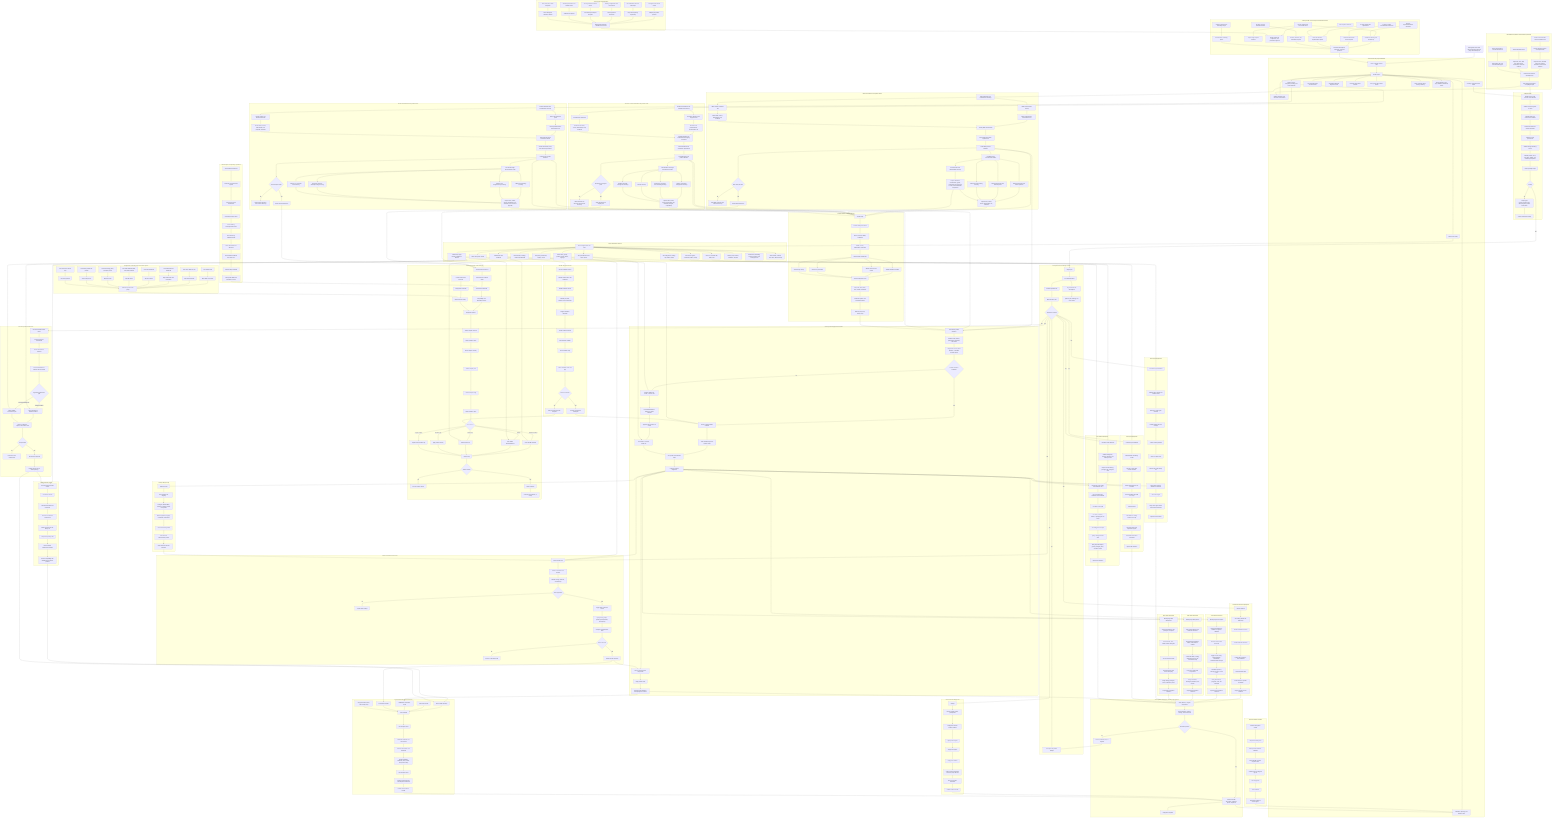
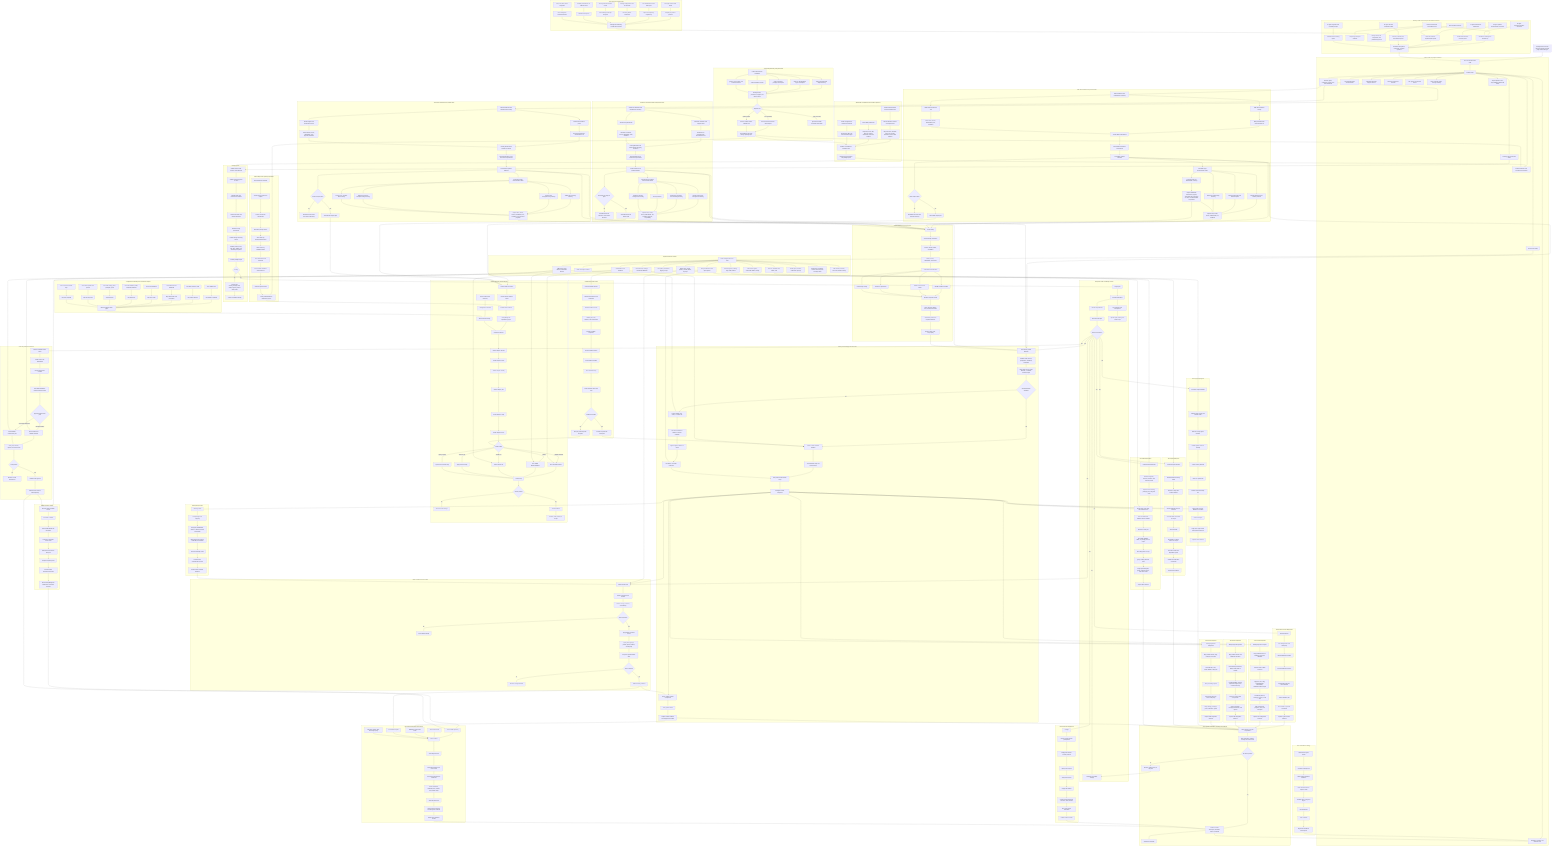
flowchart TD
    START["Management scale view<br/>z/OS provisioning and third-party software lifecycle"] --> CN["Linux or macOS control node"]

    subgraph WORKFORCE["Delivery model: one owner plus AI-assisted execution"]
        OWNER["Human architect and accountable owner"] --> BACKLOG["Architecture backlog and decision log"]
        OWNER --> PRIORITY["Scope triage and pilot selection"]
        OWNER --> REVIEW["Design review, risk acceptance, and production approval"]
        AG1["AI agent: repo/documentation maintainer"] --> BACKLOG
        AG2["AI agent: product documentation researcher"] --> DOCQUEUE["Vendor documentation research queue"]
        AG3["AI agent: Ansible role implementer"] --> ROLEQUEUE["Role and collection implementation queue"]
        AG4["AI agent: test and verification builder"] --> TESTQUEUE["Scenario, molecule, lint, and evidence queue"]
        AG5["AI agent: migration and unwinding analyst"] --> UNWINDQUEUE["Installed-state unwinding queue"]
        COPILOT["IDE completion assistant"] --> ROLEQUEUE
        BACKLOG --> DECISIONS["Recorded assumptions, constraints, and open questions"]
        DOCQUEUE --> DECISIONS
        ROLEQUEUE --> DECISIONS
        TESTQUEUE --> DECISIONS
        UNWINDQUEUE --> DECISIONS
    end

    subgraph CONTROL["Control node and project foundation"]
        CN --> AP["Ansible project"]
        AP --> INV["Inventory and environment model"]
        AP --> ROLES["Shared role catalog"]
        AP --> DATA["Product, region, subsystem, security, and clone definitions"]
        AP --> REPORT["Validation, reporting, and evidence roles"]
        AP --> DOCS["Synchronized design documentation"]
        AP --> DIAGS["Standalone Mermaid diagram sources"]
        AP --> GIT["Git history with atomic commits"]
        AP --> CI["Lint, syntax, and scenario checks"]
        AP --> SECRETS["Vault, credential, token, and key handling"]
        AP --> COLLECTIONS["Ansible collections and execution environments"]
        AP --> TEMPLATES["Jinja templates for JCL, SQL, PARMLIB, PROCLIB, RACF"]
    end

    subgraph IBMDOCS["IBM Ansible and platform documentation gathering"]
        ID1["Gather Red Hat Ansible Content for IBM Z docs"] --> ID2["Record collection versions and requirements"]
        ID2 --> ID3["Map z/OS Core, z/OSMF, CICS, IMS, System Automation, and Z HMC modules"]
        ID4["Gather IBM product docs"] --> ID5["Map z/OS, CICS, IMS, Db2, MQ, System Automation, and z/VM surfaces"]
        ID6["Probe unsupported or unconfirmed surfaces"] --> ID7["Classify Db2, MQ, and z/VM automation gaps"]
        ID3 --> ID8["Platform and collection capability maps"]
        ID5 --> ID8
        ID7 --> ID8
        ID8 --> ID9["Role design prerequisites and preflight inputs"]
    end

+     subgraph OSSDOCS["OSS tooling discovery and governance"]
+         OSS1["Collect relevant OSS candidates"] --> OSS2["Feilong and IBM z/VM adjacent tooling"]
+         OSS1 --> OSS3["Zowe CLI, API Mediation Layer, and Explorer"]
+         OSS1 --> OSS4["zopen community packages and Git port"]
+         OSS1 --> OSS5["Galasa validation harness"]
+         OSS1 --> OSS6["py3270, x3270, s3270, and emulator watchlist"]
+         OSS2 --> OSS7["Classify license, provenance, support, and internal owner"]
+         OSS3 --> OSS7
+         OSS4 --> OSS7
+         OSS5 --> OSS7
+         OSS6 --> OSS7
+         OSS7 --> OSS8{"Adoption lane"}
+         OSS8 -- "Core candidate" --> OSS9["Pin version and mirror into internal depot"]
+         OSS8 -- "Optional helper" --> OSS10["Track as control-node or validation aid"]
+         OSS8 -- "Risky or unclear" --> OSS11["Quarantine outside executable automation"]
+         OSS9 --> OSS12["Feed platform and clone-factory capability maps"]
+         OSS10 --> OSS12
+     end
+ 
    subgraph ARCH["Target architecture surfaces"]
        ROLES --> ZOS["z/OS managed node over SSH"]
        ZOS --> ZOSMF["z/OSMF APIs and workflows"]
        ZOS --> ZOAU["ZOAU and Python runtime"]
        ZOS --> JES["JES job submission and spool capture"]
        ZOS --> MVS["MVS datasets, catalogs, PROCLIB, PARMLIB"]
        ZOS --> USS["USS paths, permissions, tagging, scripts"]
        ZOS --> SMPE["SMP/E CSI, target libraries, distribution libraries"]
        ZOS --> RACF["RACF users, groups, profiles, permits, OMVS, keyrings"]
        ZOS --> CICSAPI["CICS TS, CICSPlex SM, CMCI, CSD"]
        ZOS --> IMSAPI["IMS control regions, commands, DBRC, catalog"]
        ZOS --> DB2API["Db2 subsystems, catalog, SQL, BIND, utilities"]
        ZOS --> TCPIP["TCP/IP, ports, resolver, certificates, keyrings"]
        ZOS --> AUTO["Automation, scheduling, console command, and message hooks"]
        ZOS --> STORAGE["SMS classes, volumes, ACS rules, dataset naming"]
    end

    subgraph PREFLIGHT["Preflight checks"]
        INV --> PF1["Validate control node versions and collections"]
        PF1 --> PF2["Validate SSH and Python on z/OS"]
        PF2 --> PF3["Validate ZOAU and environment variables"]
        PF3 --> PF4["Gather z/OS facts and dataset standards"]
        PF4 --> PF5["Validate security permissions"]
        PF5 --> PF6["Validate storage and HLQ access"]
        PF6 --> PF7["Validate product, CICS, IMS, Db2, SMP/E, and z/OSMF prerequisites"]
        PF7 --> PF8["Produce preflight report"]
        PF8 --> PFGATE{"Ready?"}
        PFGATE -- "No" --> PFGAP["Report gaps<br/>security, storage, SSH, ZOAU, Python, product media, APIs"]
        PFGAP --> PFFOLLOW["Create remediation backlog"]
    end

    ID9 --> PF1
    ID9 --> COLLECTIONS
+     OSS12 --> ID8
+     OSS12 --> COLLECTIONS
+     OSS12 --> DP10

    subgraph INTAKE["Enterprise intake and design controls"]
        PFGATE -- "Yes" --> IN1["Stage inputs"]
        IN1 --> IN2["Normalize definitions"]
        IN2 --> IN3["Resolve dependencies"]
        IN3 --> IN4["Build execution plan"]
        IN4 --> IN5{"Approval to execute?"}
        IN5 -- "No" --> IN6["Hold plan and publish findings"]
        IN2 --> IN7["Tag unknowns and assumptions"]
        IN7 --> IN8["Split into pilot, backlog, and out-of-scope"]
    end

    subgraph ZOSMFCTRL["z/OSMF-first control model"]
        ZM1["Discover z/OSMF services"] --> ZM2["Validate authentication and certificates"]
        ZM2 --> ZM3["Validate workflow service"]
        ZM3 --> ZM4["Validate jobs, files, datasets, and console APIs"]
        ZM4 --> ZM5["Register workflow templates"]
        ZM5 --> ZM6["Create workflow instance"]
        ZM6 --> ZM7["Bind workflow variables"]
        ZM7 --> ZM8["Drive workflow steps"]
        ZM8 --> ZM9["Collect workflow status and logs"]
        ZM9 --> ZM10{"Workflow reusable?"}
        ZM10 -- "Yes" --> ZM11["Promote as preferred install path"]
        ZM10 -- "No" --> ZM12["Wrap as product-specific exception"]
    end

    subgraph PRODUCTMODEL["Product definition schema pressure"]
        PD1["Vendor family"] --> PD2["Product identity and aliases"]
        PD2 --> PD3["Version, release, FMIDs, SYSMODs"]
        PD3 --> PD4["Media, service, HOLDDATA, checksums"]
        PD4 --> PD5["Install method classification"]
        PD5 --> PD6["z/OSMF workflow variables"]
        PD5 --> PD7["SMP/E zones and CSI model"]
        PD5 --> PD8["Vendor JCL parameters"]
        PD5 --> PD9["Runtime-only overlay"]
        PD6 --> PD10["Runtime integration hooks"]
        PD7 --> PD10
        PD8 --> PD10
        PD9 --> PD10
        PD10 --> PD11["CICS, IMS, Db2, RACF, USS, TCP/IP, automation"]
        PD11 --> PD12["Verification probes and expected evidence"]
        PD12 --> PD13["Backout, hold, soak, accept policy"]
    end

    subgraph BMC["BMC documentation and product intake"]
        BMC1["BMC entitlement and installed-state inventory"] --> BMC2["BMC documentation catalog"]
        BMC1 --> BMC3["BMC Product Download Tool"]
        BMC2 --> BMC4["BMC product/version documentation set"]
        BMC3 --> BMC5["BMC media, service, HOLDDATA, tools, workflows"]
        BMC4 --> BMC6["Classify BMC install method"]
        BMC5 --> BMC6
        BMC6 --> BMC7["Extract BMC automation requirements"]
        BMC7 --> BMC8["Create BMC product definition"]
        BMC8 --> BMC9{"BMC ready for pilot?"}
        BMC9 -- "No" --> BMC10["Mark BMC unknowns and continue discovery"]
        BMC9 -- "Yes" --> BMC11["Select BMC adapter pilot"]
        BMC8 --> BMC12["First BMC target documentation intake"]
        BMC12 --> BMC13["AMI Ops Monitoring and monitor products"]
        BMC12 --> BMC14["AMI Ops Automation and licensed options"]
        BMC12 --> BMC15["AMI DevX product-family inventory"]
        BMC12 --> BMC17["Control-M suite and INCONTROL inventory"]
        BMC13 --> BMC16["Capture docs, media, service, HOLDDATA, JCL, workflows"]
        BMC14 --> BMC16
        BMC15 --> BMC16
        BMC17 --> BMC18["Capture distributed orchestration, agents, Automation API, Control-M for z/OS, and INCONTROL components"]
        BMC18 --> BMC16
    end

    subgraph BROADCOM["Broadcom CA documentation and product intake"]
        CA1["Broadcom entitlement and installed-state inventory"] --> CA2["Broadcom TechDocs and Support Portal"]
        CA1 --> CA3["Broadcom My Downloads"]
        CA2 --> CA4["Broadcom CA product/version documentation set"]
        CA3 --> CA5["Broadcom CA media, service, HOLDDATA, tools, workflows"]
        CA4 --> CA6["Classify Broadcom CA install method and legacy CA aliases"]
        CA5 --> CA6
        CA6 --> CA7["Extract Broadcom CA automation requirements"]
        CA7 --> CA8["Create Broadcom CA product definition"]
        CA8 --> CA9{"Broadcom CA ready for pilot?"}
        CA9 -- "No" --> CA10["Mark Broadcom CA unknowns and continue discovery"]
        CA9 -- "Yes" --> CA11["Select Broadcom CA adapter pilot"]
        CA8 --> CA12["First Broadcom CA target documentation intake"]
        CA12 --> CA13["DevOps and change-management inventory"]
        CA12 --> CA14["Automation, operations, and scheduling inventory"]
        CA12 --> CA15["Security inventory"]
        CA12 --> CA16["Database and data-management inventory"]
        CA13 --> CA17["Capture docs, media, service, HOLDDATA, JCL, workflows, lifecycle, compatibility"]
        CA14 --> CA17
        CA15 --> CA17
        CA16 --> CA17
    end

    subgraph ROCKET["Rocket documentation and product intake"]
        RK1["Rocket entitlement and installed-state inventory"] --> RK2["Rocket documentation portal"]
        RK1 --> RK3["Rocket support and download channels"]
        RK2 --> RK4["Rocket product/version documentation set"]
        RK3 --> RK5["Rocket media, service, HOLDDATA, USS payloads, workflows"]
        RK4 --> RK6["Classify Rocket install method and aliases"]
        RK5 --> RK6
        RK6 --> RK7["Extract Rocket MVS, USS, and runtime requirements"]
        RK7 --> RK8["Create Rocket product definition"]
        RK8 --> RK9{"Rocket ready for pilot?"}
        RK9 -- "No" --> RK10["Mark Rocket unknowns and continue discovery"]
        RK9 -- "Yes" --> RK11["Select Rocket adapter pilot"]
        RK8 --> RK12["First Rocket target documentation intake"]
        RK12 --> RK13["TMON and monitoring inventory"]
        RK12 --> RK14["Mainstar and storage/recovery inventory"]
        RK12 --> RK15["Enterprise Suite and developer tooling inventory"]
        RK12 --> RK16["Change, JCL, and data tools inventory"]
        RK13 --> RK17["Capture docs, media, service, HOLDDATA, JCL, workflows, USS and Java payloads"]
        RK14 --> RK17
        RK15 --> RK17
        RK16 --> RK17
    end

    subgraph VENDORLIFE["Generic third-party vendor lifecycle"]
        VD1["Vendor media and service"] --> VD2["Internal vendor software depot"]
        VD2 --> VD3["Product bill of materials"]
        VD3 --> VD4["Compatibility and dependency graph"]
        VD5["Current z/OS estate discovery"] --> VD6["Configuration unwinder"]
        VD6 --> VD7["Observed state catalog"]
        VD4 --> VD8["Deployment planner"]
        VD7 --> VD8
        VD8 --> VA1["Vendor adapter: discover"]
        VA1 --> VA2["Vendor adapter: intake"]
        VA2 --> VA3["Vendor adapter: classify"]
        VA3 --> VA4["Vendor adapter: plan"]
        VA4 --> VA5["Vendor adapter: stage"]
        VA5 --> VA6["Vendor adapter: check"]
        VA6 --> VA7{"Install method"}
        VA7 -- "z/OSMF workflow" --> VA8["Drive z/OSMF workflow"]
        VA7 -- "SMP/E" --> VA9["Run SMP/E RECEIVE/APPLY"]
        VA7 -- "Vendor JCL" --> VA10["Submit vendor JCL"]
        VA7 -- "Runtime only" --> VA11["Apply runtime overlay"]
        VA7 -- "Legacy capture" --> VA12["Capture and normalize only"]
        VA8 --> VA13["Vendor verify"]
        VA9 --> VA13
        VA10 --> VA13
        VA11 --> VA13
        VA12 --> VA13
        VA13 --> VA14{"Vendor passed?"}
        VA14 -- "No" --> VA15["Recover vendor change"]
        VA14 -- "Yes" --> VA16["Vendor evidence"]
        VA16 --> VA17["Promote, hold, rollback, or accept"]
    end

    subgraph DEPOT["Internal depot and repository operations"]
        DP1["Raw entitlement download"] --> DP2["Checksum and provenance capture"]
        DP2 --> DP3["License and access classification"]
        DP3 --> DP4["Normalize package names"]
        DP4 --> DP5["Store media by vendor/product/version"]
        DP5 --> DP6["Store service by APAR/PTF/build"]
        DP6 --> DP7["Store HOLDDATA and advisories"]
        DP7 --> DP8["Store z/OSMF workflows and vendor JCL"]
        DP8 --> DP9["Generate depot manifest"]
        DP9 --> DP10["Feed product BOM and dependency graph"]
    end

    subgraph UNWIND["Configuration unwinding and current-state capture"]
        UW1["Scan SMP/E CSIs"] --> UW2["Map FMIDs to products"]
        UW3["Scan APF, LINKLIST, LPA"] --> UW4["Map runtime libraries"]
        UW5["Scan PROCLIB and PARMLIB"] --> UW6["Map started tasks and parameters"]
        UW7["Scan CICS definitions"] --> UW8["Map CICS hooks"]
        UW9["Scan IMS PROCLIB, DBD, PSB, ACB, RECON"] --> UW10["Map IMS hooks"]
        UW11["Scan Db2 catalog, plans, packages, grants"] --> UW12["Map Db2 hooks"]
        UW13["Scan RACF profiles and permits"] --> UW14["Map security hooks"]
        UW15["Scan USS trees and file tags"] --> UW16["Map USS payloads"]
        UW2 --> UW17["Observed product state graph"]
        UW4 --> UW17
        UW6 --> UW17
        UW8 --> UW17
        UW10 --> UW17
        UW12 --> UW17
        UW14 --> UW17
        UW16 --> UW17
    end

    subgraph VENDORDEPLOY["Vendor product deployment execution"]
        VP1["Load vendor product definition"] --> VP2["Validate media, license, prerequisites, workflows, and FMIDs"]
        VP2 --> VP3["Stage media to USS, MVS datasets, or z/OSMF workflow inputs"]
        VP3 --> VP4{"z/OSMF workflow available?"}
        VP4 -- "Yes" --> VP5["Create or drive z/OSMF workflow"]
        VP4 -- "No" --> VP6["Prepare SMP/E CSI, zones, or vendor JCL"]
        VP5 --> VP7["Track workflow steps and capture output"]
        VP6 --> VP8["Run RECEIVE/APPLY CHECK or vendor validation"]
        VP8 --> VP9["Approval gate for APPLY or install"]
        VP9 --> VP10["Run APPLY or vendor install JCL"]
        VP7 --> VP11["Run product customization steps"]
        VP10 --> VP11
        VP11 --> VP12["Configure runtime integration"]
        VP12 --> VP13["Start or refresh product components"]
        VP13 --> VP14["Verify product status"]
        VP14 --> VP15["Capture vendor evidence and deployment manifest"]
    end

    subgraph SHAREDZOS["Shared z/OS services deployment"]
        SZ1["Allocate datasets"] --> SZ2["Set catalog aliases and SMS policy"]
        SZ2 --> SZ3["Render PARMLIB members"]
        SZ3 --> SZ4["Render PROCLIB members"]
        SZ4 --> SZ5["Update APF, LINKLIST, LPA candidates"]
        SZ5 --> SZ6["Submit validation jobs"]
        SZ6 --> SZ7["Issue refresh or operator commands"]
        SZ7 --> SZ8["Capture system-service evidence"]
    end

    subgraph CICS["CICS region deployment"]
        C1["Load CICS region definition"] --> C2["Validate region naming and dataset model"]
        C2 --> C3["Allocate or verify region datasets"]
        C3 --> C4["Initialize global and local catalogs"]
        C4 --> C5["Create auxiliary datasets"]
        C5 --> C6["Create or update CSD"]
        C6 --> C7["Render and install startup JCL"]
        C7 --> C8["Apply CMCI resource definitions if enabled"]
        C8 --> C9["Start CICS region"]
        C9 --> C10["Verify CICS region status and expected resources"]
        C10 --> C11["Capture CICS evidence"]
    end

    subgraph CICSINTEG["CICS vendor integration"]
        CI1["Identify target CICS regions"] --> CI2["Map product libraries to DFHRPL or dynamic LIBRARY"]
        CI2 --> CI3["Generate CSD or BAS resources"]
        CI3 --> CI4["Apply PLT, SIT, TDQ, TCPIPSERVICE, PROGRAM, TRANSACTION changes"]
        CI4 --> CI5["Coordinate phase-in, newcopy, recycle, or cold start"]
        CI5 --> CI6["Verify transactions, programs, exits, and messages"]
        CI6 --> CI7["Capture CICS integration evidence"]
    end

    subgraph IMS["IMS region deployment"]
        I1["Load IMS region definition"] --> I2["Validate IMSID and library model"]
        I2 --> I3["Allocate or verify IMS runtime datasets"]
        I3 --> I4["Render PROCLIB and JCL members"]
        I4 --> I5["Generate DBDs and PSBs if in scope"]
        I5 --> I6["Generate ACBs"]
        I6 --> I7["Run DBRC or catalog actions if in scope"]
        I7 --> I8["Start IMS control and dependent regions"]
        I8 --> I9["Submit IMS verification commands"]
        I9 --> I10["Capture IMS evidence"]
    end

    subgraph IMSINTEG["IMS vendor integration"]
        II1["Identify target IMS systems"] --> II2["Map product libraries and PROCLIB members"]
        II2 --> II3["Generate IMS parameters, DBDs, PSBs, ACBs if needed"]
        II3 --> II4["Coordinate DBRC, catalog, dependent regions, and command security"]
        II4 --> II5["Recycle or refresh IMS components"]
        II5 --> II6["Verify commands, messages, databases, and regions"]
        II6 --> II7["Capture IMS integration evidence"]
    end

    subgraph DB2["Db2 artifact deployment"]
        D1["Load Db2 artifact definition"] --> D2["Validate subsystem, schema, collection, and authority model"]
        D2 --> D3["Capture current catalog, package, plan, and grant state"]
        D3 --> D4["Render SQL, bind, utility, and verification JCL"]
        D4 --> D5["Run non-destructive validation where available"]
        D5 --> D6["Run DDL or DCL jobs"]
        D6 --> D7["Run BIND, REBIND, FREE, or package jobs if in scope"]
        D7 --> D8["Run utility jobs if in scope"]
        D8 --> D9["Query catalog and bind state"]
        D9 --> D10["Verify expected objects, grants, packages, plans, and return codes"]
        D10 --> D11["Capture Db2 evidence"]
    end

    subgraph DB2INTEG["Db2 vendor integration"]
        DI1["Identify target Db2 subsystems"] --> DI2["Map product libraries, SQL, packages, and plans"]
        DI2 --> DI3["Generate DDL, DCL, BIND, GRANT, utility jobs"]
        DI3 --> DI4["Run pre-catalog capture"]
        DI4 --> DI5["Execute Db2 jobs with return-code policy"]
        DI5 --> DI6["Verify catalog, packages, plans, collections, grants"]
        DI6 --> DI7["Capture Db2 integration evidence"]
    end

    subgraph RACFCTL["RACF maintenance and control"]
        R1["RACF desired state"] --> R2["Render commands and backout"]
        R2 --> R3["Validate naming, collisions, and authority"]
        R3 --> R4{"RACF approved?"}
        R4 -- "No" --> R5["Report RACF findings"]
        R4 -- "Yes" --> R6["Apply RACF command stream"]
        R6 --> R7["Query users, groups, profiles, permits, OMVS, and keyrings"]
        R7 --> R8["Compare expected RACF state"]
        R8 --> R9{"RACF matched?"}
        R9 -- "No" --> R10["Recover or flag RACF drift"]
        R9 -- "Yes" --> R11["Publish security evidence"]
    end

    subgraph SECURITYDESIGN["Security design scope"]
        SD1["Authority model"] --> SD2["Least-privilege role mapping"]
        SD2 --> SD3["Surrogate, OPERCMDS, FACILITY, dataset, started-task profiles"]
        SD3 --> SD4["OMVS segments, keyrings, certificates, PassTickets"]
        SD4 --> SD5["Clone-local identity model"]
        SD5 --> SD6["Disconnected authentication posture"]
        SD6 --> SD7["Audit evidence and drift detection"]
    end

    subgraph MAINT["z/OS and product maintenance"]
        M1["Discover installed service levels"] --> M2["Intake service and HOLDDATA"]
        M2 --> M3["Create maintenance manifest"]
        M3 --> M4["Run RECEIVE/APPLY CHECK and hold review"]
        M4 --> M5{"Approved maintenance path"}
        M5 -- "z/OSMF workflow" --> M6["Drive maintenance z/OSMF workflow"]
        M5 -- "Generated SMP/E JCL" --> M7["Submit SMP/E maintenance jobs"]
        M6 --> M8["Verify CSI, libraries, reports, and runtime state"]
        M7 --> M8
        M8 --> M9{"Soak passed?"}
        M9 -- "No" --> M10["Recover or hold maintenance"]
        M9 -- "Yes" --> M11["ACCEPT with approval"]
        M11 --> M12["Publish service level to SMP repository"]
    end

    subgraph SMPEFACTORY["SMP/E repository factory"]
        SF1["Receive vendor and IBM service"] --> SF2["Run APPLY CHECK"]
        SF2 --> SF3["Review HOLDDATA and exceptions"]
        SF3 --> SF4["Promote to controlled service level"]
        SF4 --> SF5["Build canonical CSI and library set"]
        SF5 --> SF6["Snapshot repository state"]
        SF6 --> SF7["Emit cloneable maintenance baseline"]
        SF7 --> SF8["Record compatibility with middleware and vendor products"]
    end

    subgraph FULLENV["Full environment deployment"]
        F1["Preflight"] --> F2["Install or update vendor prerequisites"]
        F2 --> F3["Deploy base vendor runtime products"]
        F3 --> F4["Deploy CICS regions"]
        F4 --> F5["Deploy IMS regions"]
        F5 --> F6["Deploy Db2 artifacts"]
        F6 --> F7["Deploy vendor integrations into CICS, IMS, and Db2"]
        F7 --> F8["Run cross-system verification"]
        F8 --> F9["Publish evidence bundle"]
    end

    subgraph CLONE["Disconnected VM guest clone factory"]
        CL1["Internal SMP repository"] --> CL2["Clone manifest"]
        CL3["z/OS service levels"] --> CL2
        CL4["Middleware and vendor levels"] --> CL2
        CL5["Local RACF template"] --> CL2
        CL6["VM guest network, disk, and storage policy"] --> CL2
        CL2 --> CL7["Plan VM guest clone"]
        CL7 --> CL8["Materialize datasets and USS content"]
        CL8 --> CL9["Generate local RACF and certificates"]
        CL9 --> CL10["Render PARMLIB, PROCLIB, JES, TCP/IP, and product config"]
        CL10 --> CL11["Boot VM guest clone"]
        CL11 --> CL12["Verify local-only authority and subsystem readiness"]
        CL12 --> CL13["Publish clone evidence bundle"]
    end

    subgraph TESTING["Test and evidence strategy"]
        T1["Static lint and syntax checks"] --> T2["Template rendering tests"]
        T2 --> T3["Offline product-definition validation"]
        T3 --> T4["Mock z/OSMF and JES response tests"]
        T4 --> T5["Sandbox z/OS or VM guest dry run"]
        T5 --> T6["Pilot deployment"]
        T6 --> T7["Soak validation"]
        T7 --> T8["Regression bundle for future agents"]
    end

    subgraph RISK["Scale and risk communication"]
        K1["No single vendor install model"] --> K2["Adapter-per-product pressure"]
        K3["No established universal SMP repos"] --> K4["Depot and repository engineering"]
        K5["Existing configuration must be unwound"] --> K6["Discovery before automation"]
        K7["Security and disconnected clones"] --> K8["Local authority model per VM guest"]
        K9["z/OSMF preferred but not sufficient alone"] --> K10["Fallbacks still required"]
        K11["CICS, IMS, Db2, RACF integration"] --> K12["Cross-subsystem verification burden"]
        K2 --> K13["Management takeaway: feasible but enormous"]
        K4 --> K13
        K6 --> K13
        K8 --> K13
        K10 --> K13
        K12 --> K13
    end

    subgraph VERIFY["Cross-system verification, recovery, and evidence"]
        X1["Start, refresh, or recycle components"] --> X2["Verify subsystem, product, security, and service state"]
        X2 --> X3{"All checks passed?"}
        X3 -- "No" --> X4["Recover, rollback, hold, or flag drift"]
        X3 -- "Yes" --> X5["Evidence bundle<br/>JES output, manifests, reports, snapshots"]
        X5 --> X6["Deployment complete"]
    end

    DECISIONS --> CN
    DATA --> BMC1
    DATA --> CA1
    DATA --> RK1
    BMC11 --> VD1
    CA11 --> VD1
    RK11 --> VD1
    BMC8 --> VP1
    CA8 --> VP1
    RK8 --> VP1
    BMC8 --> PD1
    BMC16 --> PD1
    BMC18 --> PD1
    CA8 --> PD1
    CA17 --> PD1
    RK8 --> PD1
    RK17 --> PD1
    DP10 --> VD3
    UW17 --> VD7
    PD13 --> VP1

    IN5 -- "Yes" --> VP1
    IN5 -- "Yes" --> SZ1
    IN5 -- "Yes" --> C1
    IN5 -- "Yes" --> I1
    IN5 -- "Yes" --> D1
    IN5 -- "Yes" --> R1
    IN5 -- "Yes" --> M1
    IN5 -- "Yes" --> F1

    ZOSMF --> VA8
    ZOSMF --> VP5
    ZOSMF --> M6
    ZOSMF --> ZM1
    SMPE --> VA9
    SMPE --> VP6
    SMPE --> M7
    SMPE --> SF1
    JES --> VA10
    JES --> VP10
    JES --> D4
    RACF --> R1
    CICSAPI --> C1
    IMSAPI --> I1
    DB2API --> D1

    ZM11 --> VP5
    ZM12 --> VA7
    VP12 --> C8
    VP12 --> I4
    VP12 --> D4
    VP12 --> R1
    VP12 --> CI1
    VP12 --> II1
    VP12 --> DI1
    VP12 --> SD1
    SZ8 --> X1
    CI7 --> X1
    II7 --> X1
    DI7 --> X1
    SD7 --> R1
    R11 --> VP13
    C11 --> X1
    I10 --> X1
    D11 --> X1
    VP15 --> X1
    M12 --> SF1
    SF8 --> CL1
    M12 --> CL1
    VP15 --> CL4
    R11 --> CL5
    F9 --> X5
    CL13 --> X5
    T8 --> REPORT
    K13 --> REVIEW

    X4 --> IN6
    X5 --> REPORT
